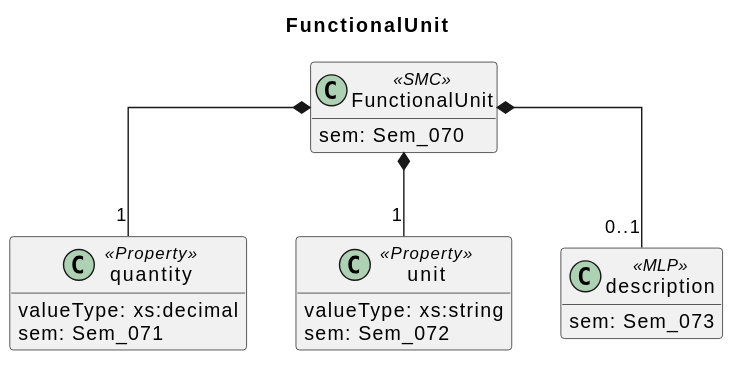
This is docs/model/sections/FunctionalUnit.svg from Leeeks/aas-epd-type-iii-submodel, a PlantUML export, as it was before one commit. Source of this version:
```plantuml
@startuml
title FunctionalUnit
skinparam classAttributeIconSize 0
skinparam linetype ortho
hide empty members

class FunctionalUnit <<SMC>> {
  sem: Sem_070
}
class quantity <<Property>> {
  valueType: xs:decimal
  sem: Sem_071
}
class unit <<Property>> {
  valueType: xs:string
  sem: Sem_072
}
class description <<MLP>> {
  sem: Sem_073
}

FunctionalUnit *-- "1" quantity
FunctionalUnit *-- "1" unit
FunctionalUnit *-- "0..1" description
@enduml
```
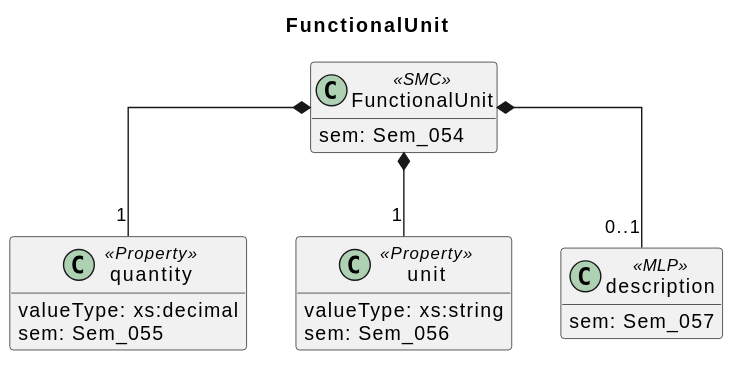
After the commit.

What changed in the source:
```diff
@@ -5,18 +5,18 @@
 hide empty members
 
 class FunctionalUnit <<SMC>> {
-  sem: Sem_070
+  sem: Sem_054
 }
 class quantity <<Property>> {
   valueType: xs:decimal
-  sem: Sem_071
+  sem: Sem_055
 }
 class unit <<Property>> {
   valueType: xs:string
-  sem: Sem_072
+  sem: Sem_056
 }
 class description <<MLP>> {
-  sem: Sem_073
+  sem: Sem_057
 }
 
 FunctionalUnit *-- "1" quantity
```
